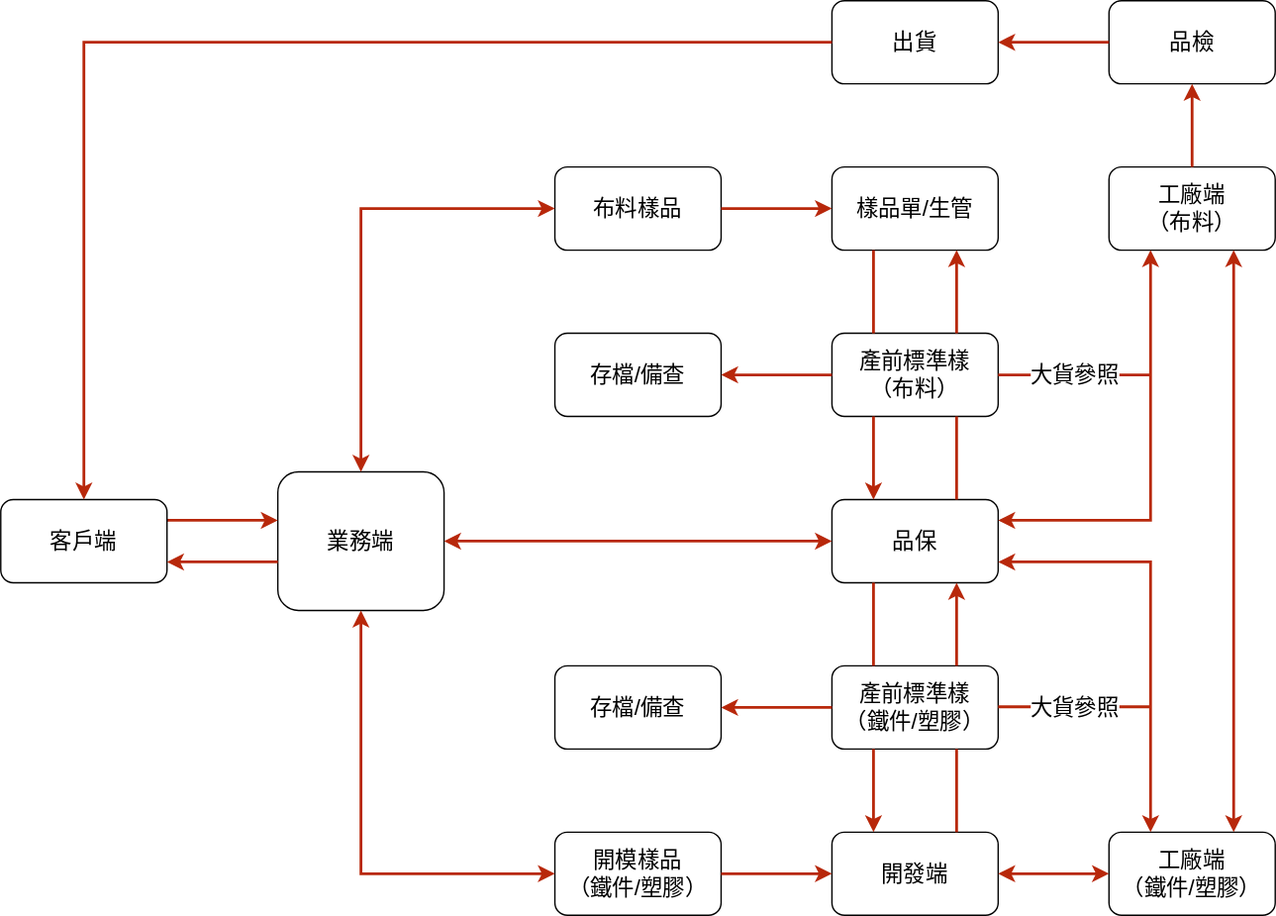
The draw.io diagram images/newflow_ch.svg in gcobt20302/chenterlon, before a commit. Source tidied: cells renumbered, new cells last; positions are measured from the earlier drawing's top-left corner, leaving out a move shared by most shapes.
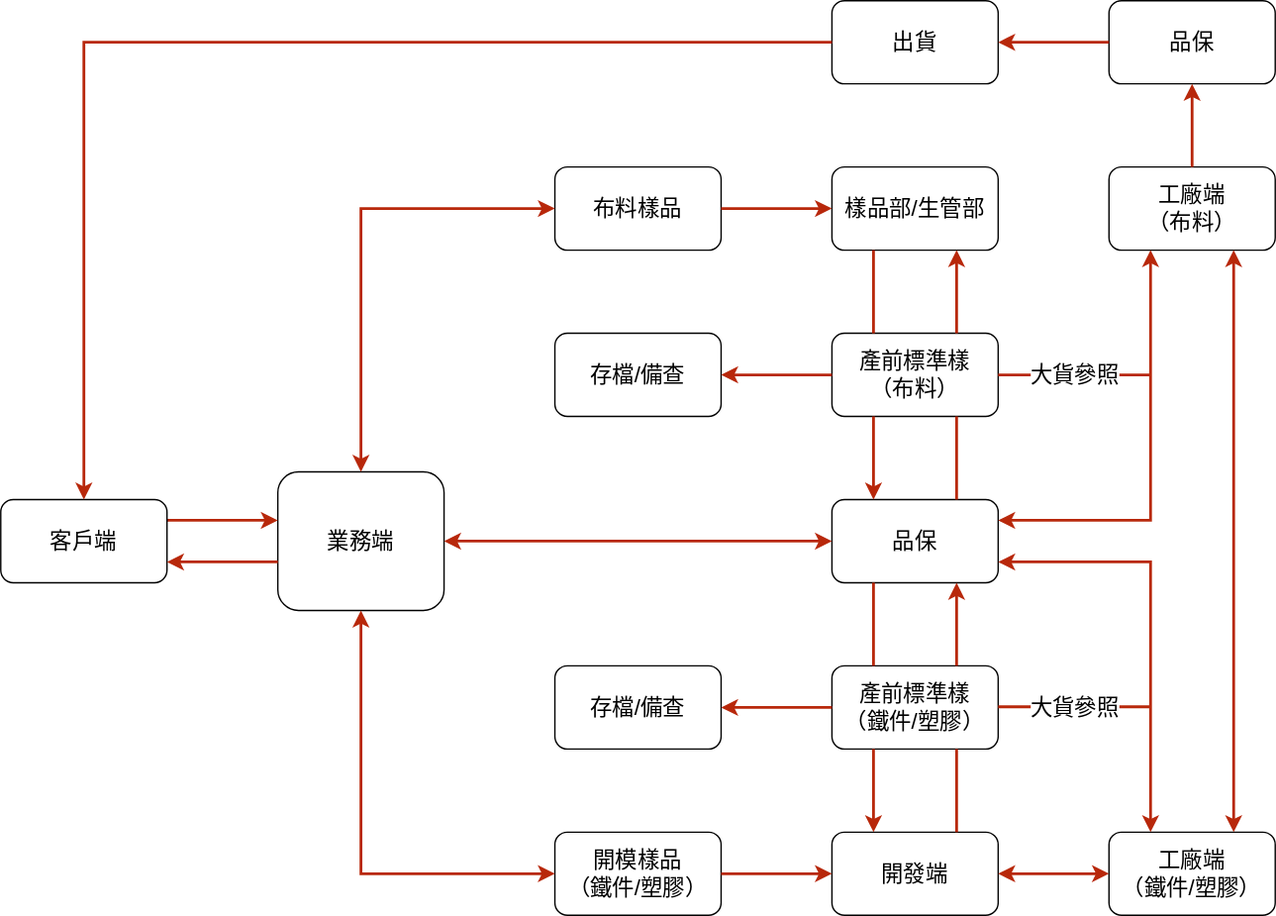
The same file after the commit.

Diff of the diagram source:
```diff
@@ -2,7 +2,7 @@
   <root>
     <mxCell id="0" />
     <mxCell id="1" parent="0" />
-    <mxCell id="2" value="&lt;font style=&quot;font-size: 16px&quot;&gt;品檢&lt;/font&gt;" style="rounded=1;whiteSpace=wrap;html=1;" parent="1" vertex="1">
+    <mxCell id="2" value="&lt;font style=&quot;font-size: 16px&quot;&gt;品保&lt;/font&gt;" style="rounded=1;whiteSpace=wrap;html=1;" parent="1" vertex="1">
       <mxGeometry x="800" width="120" height="60" as="geometry" />
     </mxCell>
     <mxCell id="3" value="工廠端&lt;br&gt;（布料）" style="rounded=1;whiteSpace=wrap;html=1;fontSize=16;" parent="1" vertex="1">
@@ -11,7 +11,7 @@
     <mxCell id="4" value="出貨" style="rounded=1;whiteSpace=wrap;html=1;fontSize=16;" parent="1" vertex="1">
       <mxGeometry x="600" width="120" height="60" as="geometry" />
     </mxCell>
-    <mxCell id="5" value="樣品單/生管" style="rounded=1;whiteSpace=wrap;html=1;fontSize=16;" parent="1" vertex="1">
+    <mxCell id="5" value="樣品部/生管部" style="rounded=1;whiteSpace=wrap;html=1;fontSize=16;" parent="1" vertex="1">
       <mxGeometry x="600" y="120" width="120" height="60" as="geometry" />
     </mxCell>
     <mxCell id="6" value="布料樣品" style="rounded=1;whiteSpace=wrap;html=1;fontSize=16;" parent="1" vertex="1">
```
